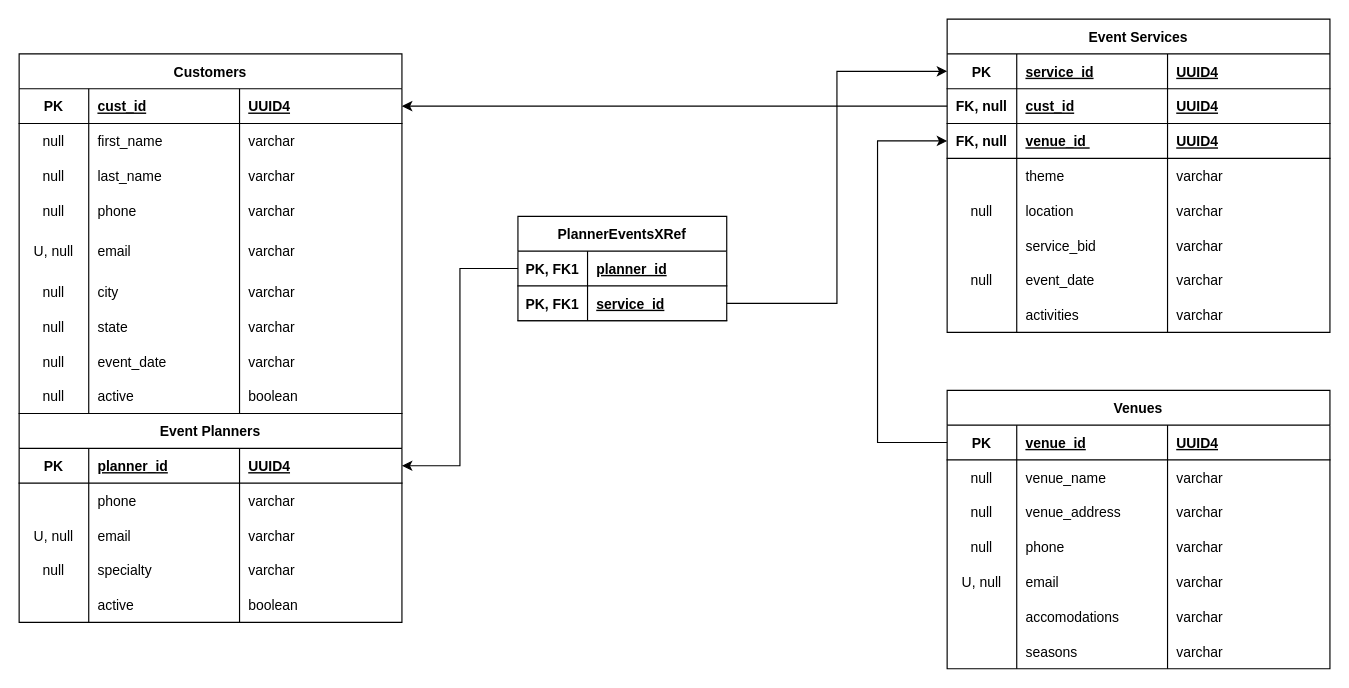
Earlier version of the draw.io diagram erd.drawio (Denise-Devpipeline/BE-Capstone). Source tidied: cells renumbered, new cells numbered last; positions are measured from the earlier drawing's top-left corner, leaving out a move shared by most shapes. Both pictures are drawn from the tidied source at 116%, with x=0, y=0 at pixel (19, 19).
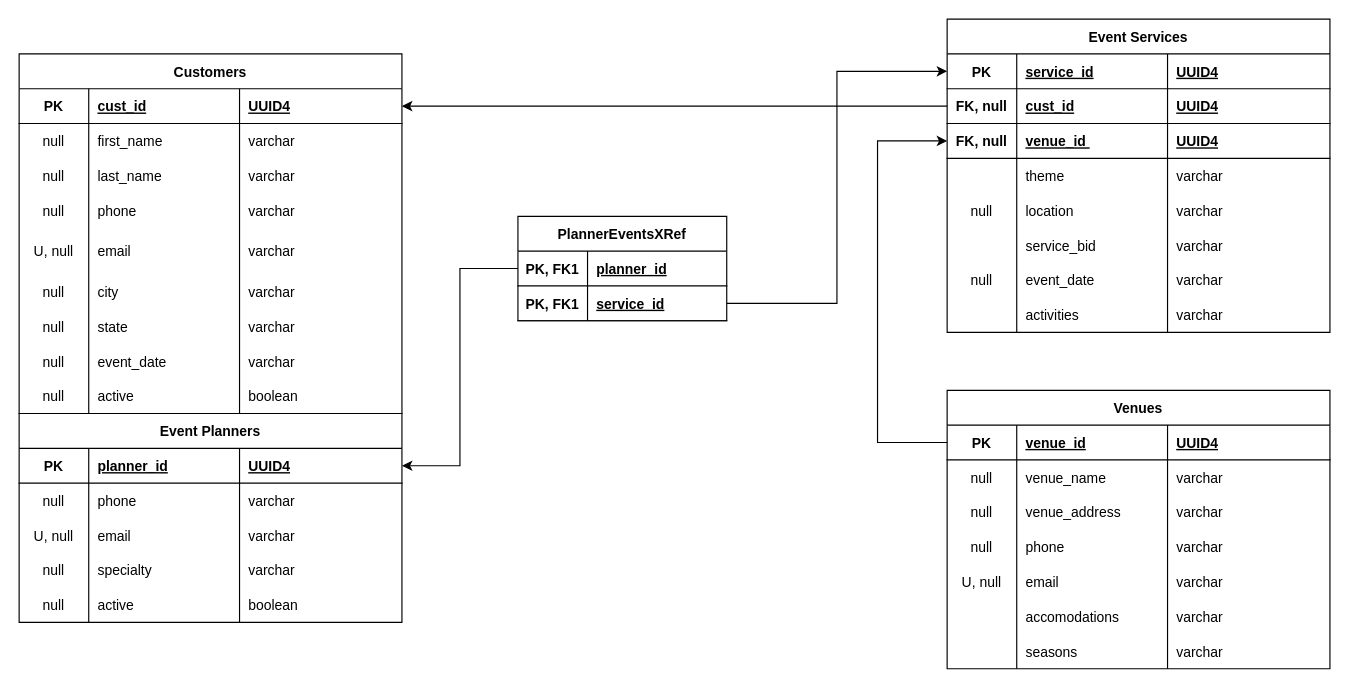
Above is the later version.

The change refers to these unchanged cells:
```xml
<mxCell id="106" style="shape=tableRow;horizontal=0;startSize=0;swimlaneHead=0;swimlaneBody=0;fillColor=none;top=0;left=0;right=0;bottom=0;" parent="101" vertex="1">
  <mxGeometry y="60" width="330" height="30" as="geometry" />
</mxCell>
<mxCell id="118" style="shape=tableRow;horizontal=0;startSize=0;swimlaneHead=0;swimlaneBody=0;fillColor=none;top=0;left=0;right=0;bottom=0;" parent="101" vertex="1">
  <mxGeometry y="150" width="330" height="30" as="geometry" />
</mxCell>
```

What changed in the source:
```diff
@@
-    <mxCell id="107" style="shape=partialRectangle;fillColor=none;top=0;left=0;bottom=0;right=0;overflow=hidden;" parent="106" vertex="1">
+    <mxCell id="107" value="null" style="shape=partialRectangle;fillColor=none;top=0;left=0;bottom=0;right=0;overflow=hidden;" parent="106" vertex="1">
       <mxGeometry width="60" height="30" as="geometry" />
     </mxCell>
@@
-    <mxCell id="119" style="shape=partialRectangle;fillColor=none;top=0;left=0;bottom=0;right=0;overflow=hidden;" parent="118" vertex="1">
+    <mxCell id="119" value="null" style="shape=partialRectangle;fillColor=none;top=0;left=0;bottom=0;right=0;overflow=hidden;" parent="118" vertex="1">
       <mxGeometry width="60" height="30" as="geometry" />
     </mxCell>
```
